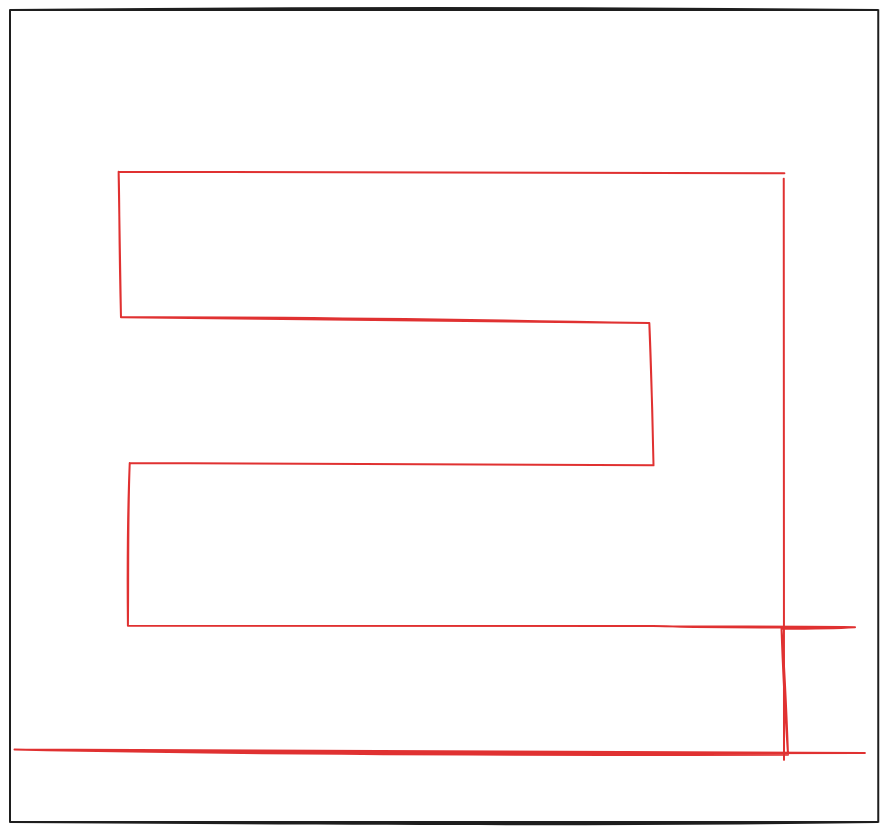
ZemanNz/Vysavac_2026 keeps this Excalidraw diagram as .excalidraw.png. Above is the earlier version. Source tidied: one line per element, renumbered; positions are measured from the earlier drawing's top-left corner, leaving out a move shared by most shapes. Its diagram source:
```json
{"id": 0, "type": "rectangle", "strokeColor": "#1e1e1e", "strokeWidth": 2, "roughness": 1, "x": 0, "y": 0, "width": 868, "height": 812}
{"id": 1, "type": "line", "strokeColor": "#e03131", "strokeWidth": 2, "roughness": 1, "x": 774, "y": 750, "width": 0, "height": 581, "points": [[0, 0], [0, -581]]}
{"id": 2, "type": "line", "strokeColor": "#e03131", "strokeWidth": 2, "roughness": 1, "x": 774, "y": 163, "width": 850, "height": 583, "points": [[0, 0], [-666, -2], [-663, 144], [-135, 150], [-131, 292], [-655, 290], [-656, 453], [-132, 453], [71, 454], [-3, 455], [4, 582], [-770, 576], [81, 580]]}
```
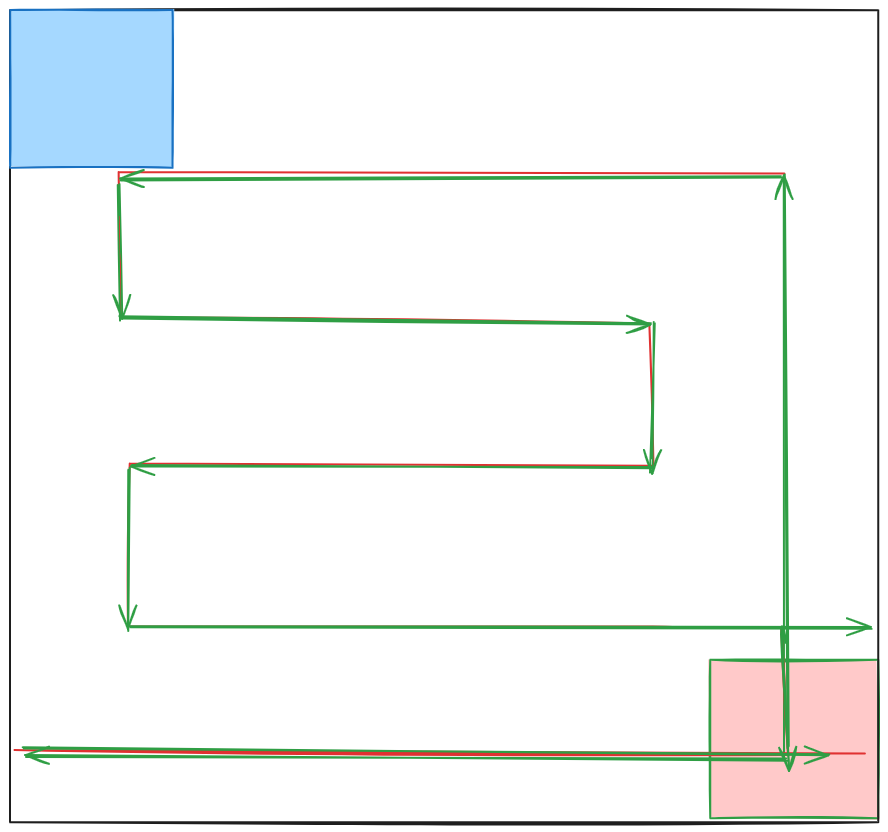
The same diagram one commit later.

What changed in the source:
```diff
@@ -1,3 +1,16 @@
+{"id": 3, "type": "rectangle", "strokeColor": "#2f9e44", "backgroundColor": "#ffc9c9", "fillStyle": "solid", "strokeWidth": 2, "roughness": 1, "x": 700, "y": 649, "width": 168, "height": 158}
 {"id": 0, "type": "rectangle", "strokeColor": "#1e1e1e", "strokeWidth": 2, "roughness": 1, "x": 0, "y": 0, "width": 868, "height": 812}
-{"id": 1, "type": "line", "strokeColor": "#e03131", "strokeWidth": 2, "roughness": 1, "x": 774, "y": 750, "width": 0, "height": 581, "points": [[0, 0], [0, -581]]}
+{"id": 1, "type": "line", "strokeColor": "#2f9e44", "strokeWidth": 2, "roughness": 1, "x": 774, "y": 750, "width": 0, "height": 581, "points": [[0, 0], [0, -581]]}
-{"id": 2, "type": "line", "strokeColor": "#e03131", "strokeWidth": 2, "roughness": 1, "x": 774, "y": 163, "width": 850, "height": 583, "points": [[0, 0], [-666, -2], [-663, 144], [-135, 150], [-131, 292], [-655, 290], [-656, 453], [-132, 453], [71, 454], [-3, 455], [4, 582], [-770, 576], [81, 580]]}
+{"id": 2, "type": "line", "strokeColor": "#e03131", "strokeWidth": 2, "roughness": 1, "x": 774, "y": 163, "width": 850, "height": 583, "points": [[0, 0], [-666, -2], [-663, 144], [-135, 150], [-131, 292], [-655, 290], [-656, 453], [-132, 453], [71, 454], [-3, 453], [4, 582], [-770, 576], [81, 580]]}
+{"id": 4, "type": "rectangle", "strokeColor": "#1971c2", "backgroundColor": "#a5d8ff", "fillStyle": "solid", "strokeWidth": 2, "roughness": 1, "x": 0, "y": 0, "width": 162, "height": 158}
+{"id": 5, "type": "arrow", "strokeColor": "#2f9e44", "backgroundColor": "#a5d8ff", "fillStyle": "solid", "strokeWidth": 2, "roughness": 1, "endArrowhead": "arrow", "round": true, "from": 3, "x": 778, "y": 737, "width": 4, "height": 572, "points": [[0, 0], [-4, -572]]}
+{"id": 6, "type": "arrow", "strokeColor": "#2f9e44", "backgroundColor": "#a5d8ff", "fillStyle": "solid", "strokeWidth": 2, "roughness": 1, "endArrowhead": "arrow", "round": true, "to": 4, "x": 771, "y": 167, "width": 661, "height": 3, "points": [[0, 0], [-661, 3]]}
+{"id": 7, "type": "arrow", "strokeColor": "#2f9e44", "backgroundColor": "#a5d8ff", "fillStyle": "solid", "strokeWidth": 2, "roughness": 1, "endArrowhead": "arrow", "round": true, "from": 4, "x": 109, "y": 174, "width": 2, "height": 136, "points": [[0, 0], [2, 136]]}
+{"id": 8, "type": "arrow", "strokeColor": "#2f9e44", "backgroundColor": "#a5d8ff", "fillStyle": "solid", "strokeWidth": 2, "roughness": 1, "endArrowhead": "arrow", "round": true, "x": 111, "y": 307, "width": 529, "height": 6, "points": [[0, 0], [529, 6]]}
+{"id": 9, "type": "arrow", "strokeColor": "#2f9e44", "backgroundColor": "#a5d8ff", "fillStyle": "solid", "strokeWidth": 2, "roughness": 1, "endArrowhead": "arrow", "round": true, "x": 644, "y": 314, "width": 3, "height": 150, "points": [[0, 0], [-3, 150]]}
+{"id": 10, "type": "arrow", "strokeColor": "#2f9e44", "backgroundColor": "#a5d8ff", "fillStyle": "solid", "strokeWidth": 2, "roughness": 1, "endArrowhead": "arrow", "round": true, "x": 642, "y": 458, "width": 520, "height": 3, "points": [[0, 0], [-520, -3]]}
+{"id": 11, "type": "arrow", "strokeColor": "#2f9e44", "backgroundColor": "#a5d8ff", "fillStyle": "solid", "strokeWidth": 2, "roughness": 1, "endArrowhead": "arrow", "round": true, "x": 119, "y": 459, "width": 2, "height": 162, "points": [[0, 0], [-2, 162]]}
+{"id": 12, "type": "arrow", "strokeColor": "#2f9e44", "backgroundColor": "#a5d8ff", "fillStyle": "solid", "strokeWidth": 2, "roughness": 1, "endArrowhead": "arrow", "round": true, "to": 0, "x": 121, "y": 617, "width": 741, "height": 1, "points": [[0, 0], [741, 1]]}
+{"id": 13, "type": "arrow", "strokeColor": "#2f9e44", "backgroundColor": "#a5d8ff", "fillStyle": "solid", "strokeWidth": 2, "roughness": 1, "endArrowhead": "arrow", "round": true, "from": 3, "to": 3, "x": 777, "y": 631, "width": 5, "height": 134, "points": [[0, 0], [-4, -6], [2, 128]]}
+{"id": 14, "type": "arrow", "strokeColor": "#2f9e44", "backgroundColor": "#a5d8ff", "fillStyle": "solid", "strokeWidth": 2, "roughness": 1, "endArrowhead": "arrow", "round": true, "from": 3, "to": 0, "x": 777, "y": 749, "width": 762, "height": 2, "points": [[0, 0], [-762, -2]]}
+{"id": 15, "type": "arrow", "strokeColor": "#2f9e44", "backgroundColor": "#a5d8ff", "fillStyle": "solid", "strokeWidth": 2, "roughness": 1, "endArrowhead": "arrow", "round": true, "from": 0, "to": 3, "x": 12, "y": 739, "width": 807, "height": 6, "points": [[0, 0], [807, 6]]}
```
